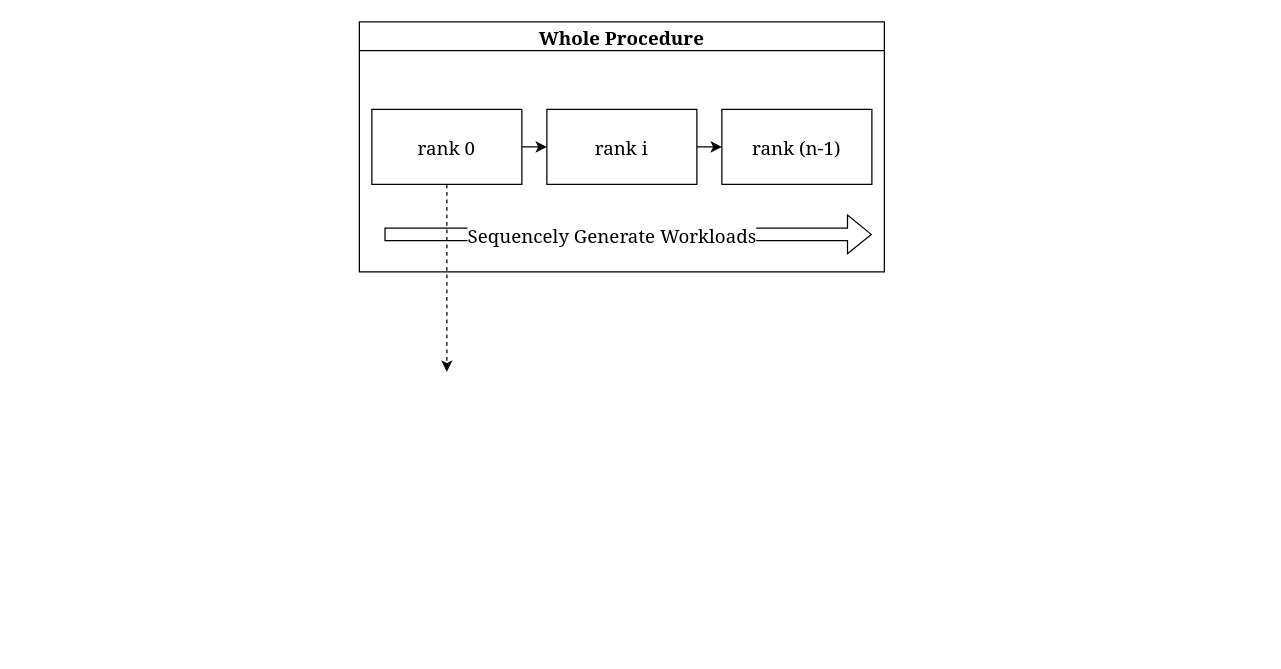
This is algo-procedure.drawio from Kingsley-Yoimiya/draw-io-pic, a draw.io file, before an edit. Source tidied: cells renumbered, new cells numbered last; positions are measured from the earlier drawing's top-left corner, leaving out a move shared by most shapes. Both pictures are drawn from the tidied source at 125%, with x=0, y=0 at pixel (359, 21).
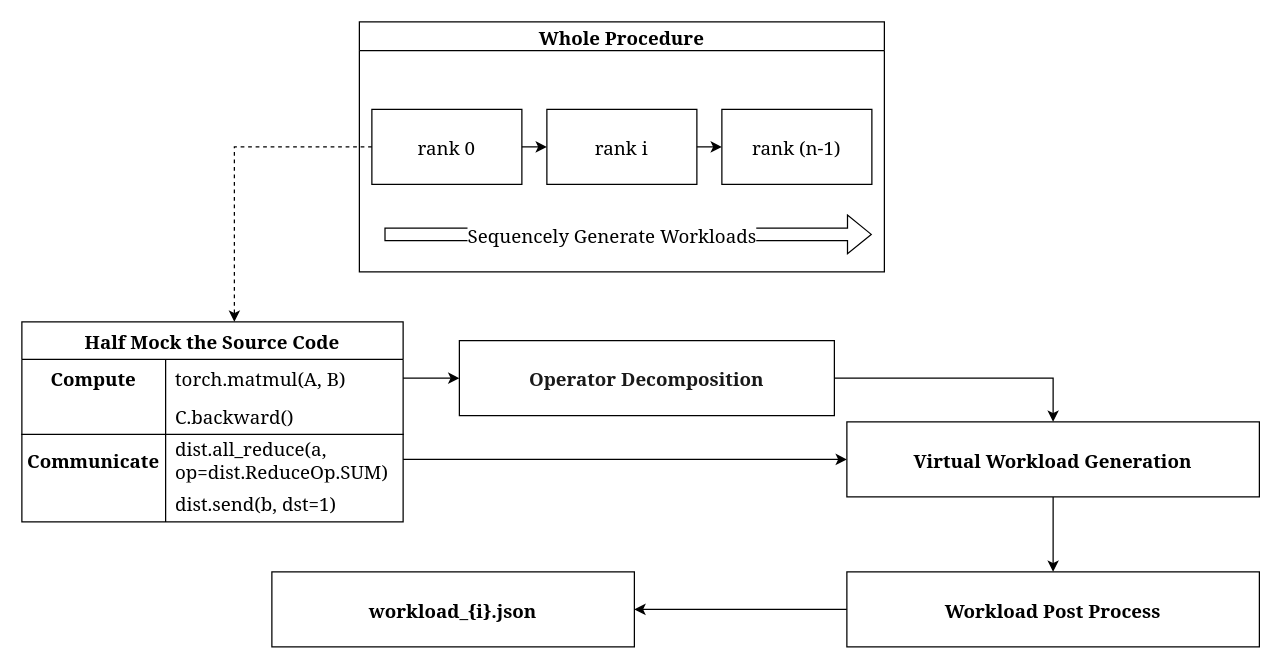
Above is the later version.

The change refers to these unchanged cells:
```xml
<mxCell id="2" value="Whole Procedure" style="swimlane;whiteSpace=wrap;html=1;fontFamily=Georgia;fontSize=15;" parent="1" vertex="1">
  <mxGeometry width="420" height="200" as="geometry" />
</mxCell>
<mxCell id="4" value="rank 0" style="rounded=0;whiteSpace=wrap;html=1;fontFamily=Georgia;fontSize=15;" parent="2" vertex="1">
  <mxGeometry x="10" y="70" width="120" height="60" as="geometry" />
</mxCell>
```

What changed in the source:
```diff
@@
-    <mxCell id="3" style="edgeStyle=orthogonalEdgeStyle;rounded=0;jettySize=auto;html=1;dashed=1;" parent="2" edge="1" source="4">
-      <mxGeometry relative="1" as="geometry">
-        <mxPoint x="70" y="280" as="targetPoint" />
-      </mxGeometry>
-    </mxCell>
@@
+    <mxCell id="3" style="edgeStyle=orthogonalEdgeStyle;rounded=0;jettySize=auto;html=1;dashed=1;fontSize=15;" parent="1" edge="1" source="4" target="11">
+      <mxGeometry relative="1" as="geometry">
+        <Array as="points">
+          <mxPoint x="-100" y="100" />
+        </Array>
+      </mxGeometry>
+    </mxCell>
+    <mxCell id="11" value="Half Mock the Source Code" style="shape=table;startSize=30;childLayout=tableLayout;rowLines=0;fontStyle=1;align=center;whiteSpace=wrap;fontFamily=Georgia;html=1;fontSize=15;" parent="1" vertex="1">
+      <mxGeometry x="-270" y="240" width="305" height="160" as="geometry" />
+    </mxCell>
+    <mxCell id="12" style="shape=tableRow;horizontal=0;startSize=0;swimlaneHead=0;swimlaneBody=0;fillColor=none;points=[[0,0.5],[1,0.5]];portConstraint=eastwest;top=0;left=0;right=0;bottom=0;fontFamily=Georgia;html=1;fontStyle=1;fontSize=15;" parent="11" vertex="1">
+      <mxGeometry y="30" width="305" height="30" as="geometry" />
+    </mxCell>
+    <mxCell id="13" value="Compute" style="shape=partialRectangle;fillColor=none;top=0;left=0;bottom=0;right=0;fontStyle=1;overflow=hidden;whiteSpace=wrap;fontFamily=Georgia;html=1;fontSize=15;" parent="12" vertex="1">
+      <mxGeometry width="115" height="30" as="geometry" />
+    </mxCell>
+    <mxCell id="14" value="torch.matmul(A, B)" style="shape=partialRectangle;fillColor=none;top=0;left=0;bottom=0;right=0;align=left;spacingLeft=6;fontStyle=0;overflow=hidden;whiteSpace=wrap;fontFamily=Georgia;html=1;fontSize=15;" parent="12" vertex="1">
+      <mxGeometry x="115" width="190" height="30" as="geometry" />
+    </mxCell>
+    <mxCell id="15" style="shape=tableRow;horizontal=0;startSize=0;swimlaneHead=0;swimlaneBody=0;fillColor=none;top=0;left=0;right=0;bottom=1;fontFamily=Georgia;html=1;fontStyle=1;fontSize=15;" parent="11" vertex="1">
+      <mxGeometry y="60" width="305" height="30" as="geometry" />
+    </mxCell>
+    <mxCell id="16" style="shape=partialRectangle;fillColor=none;top=0;left=0;bottom=0;right=0;fontStyle=1;overflow=hidden;whiteSpace=wrap;fontFamily=Georgia;html=1;fontSize=15;" parent="15" vertex="1">
+      <mxGeometry width="115" height="30" as="geometry" />
+    </mxCell>
+    <mxCell id="17" value="C.backward()" style="shape=partialRectangle;fillColor=none;top=0;left=0;bottom=0;right=0;align=left;spacingLeft=6;fontStyle=0;overflow=hidden;whiteSpace=wrap;fontFamily=Georgia;html=1;fontSize=15;" parent="15" vertex="1">
+      <mxGeometry x="115" width="190" height="30" as="geometry" />
+    </mxCell>
+    <mxCell id="18" style="shape=tableRow;horizontal=0;startSize=0;swimlaneHead=0;swimlaneBody=0;fillColor=none;points=[[0,0.5],[1,0.5]];portConstraint=eastwest;top=0;left=0;right=0;bottom=0;fontFamily=Georgia;html=1;fontStyle=1;fontSize=15;" parent="11" vertex="1">
+      <mxGeometry y="90" width="305" height="40" as="geometry" />
+    </mxCell>
+    <mxCell id="19" value="Communicate" style="shape=partialRectangle;fillColor=none;top=0;left=0;bottom=0;right=0;overflow=hidden;whiteSpace=wrap;fontFamily=Georgia;html=1;fontStyle=1;fontSize=15;" parent="18" vertex="1">
+      <mxGeometry width="115" height="40" as="geometry" />
+    </mxCell>
+    <mxCell id="20" value="dist.all_reduce(a, op=dist.ReduceOp.SUM)" style="shape=partialRectangle;fillColor=none;top=0;left=0;bottom=0;right=0;align=left;spacingLeft=6;overflow=hidden;whiteSpace=wrap;fontFamily=Georgia;html=1;fontStyle=0;fontSize=15;" parent="18" vertex="1">
+      <mxGeometry x="115" width="190" height="40" as="geometry" />
+    </mxCell>
+    <mxCell id="21" style="shape=tableRow;horizontal=0;startSize=0;swimlaneHead=0;swimlaneBody=0;fillColor=none;top=0;left=0;right=0;bottom=0;fontFamily=Georgia;html=1;fontStyle=1;fontSize=15;" parent="11" vertex="1">
+      <mxGeometry y="130" width="305" height="30" as="geometry" />
+    </mxCell>
+    <mxCell id="22" style="shape=partialRectangle;fillColor=none;top=0;left=0;bottom=0;right=0;overflow=hidden;whiteSpace=wrap;fontFamily=Georgia;html=1;fontStyle=1;fontSize=15;" parent="21" vertex="1">
+      <mxGeometry width="115" height="30" as="geometry" />
+    </mxCell>
+    <mxCell id="23" value="dist.send(b, dst=1)" style="shape=partialRectangle;fillColor=none;top=0;left=0;bottom=0;right=0;align=left;spacingLeft=6;overflow=hidden;whiteSpace=wrap;fontFamily=Georgia;html=1;fontStyle=0;fontSize=15;" parent="21" vertex="1">
+      <mxGeometry x="115" width="190" height="30" as="geometry" />
+    </mxCell>
+    <mxCell id="24" style="edgeStyle=orthogonalEdgeStyle;rounded=0;jettySize=auto;html=1;fontSize=15;" parent="1" edge="1" source="12" target="27">
+      <mxGeometry relative="1" as="geometry" />
+    </mxCell>
+    <mxCell id="25" style="edgeStyle=orthogonalEdgeStyle;rounded=0;jettySize=auto;html=1;exitX=1;exitY=0.5;exitDx=0;exitDy=0;fontSize=15;" parent="1" edge="1" source="18" target="29">
+      <mxGeometry relative="1" as="geometry" />
+    </mxCell>
+    <mxCell id="26" style="edgeStyle=orthogonalEdgeStyle;rounded=0;jettySize=auto;html=1;entryX=0.5;entryY=0;entryDx=0;entryDy=0;fontSize=15;" parent="1" edge="1" source="27" target="29">
+      <mxGeometry relative="1" as="geometry" />
+    </mxCell>
+    <mxCell id="27" value="&lt;span style=&quot;margin: 0px; padding: 0px; border: 0px; font-stretch: inherit; line-height: inherit; font-size-adjust: inherit; font-kerning: inherit; font-variant-alternates: inherit; font-variant-ligatures: inherit; font-variant-numeric: inherit; font-variant-east-asian: inherit; font-variant-position: inherit; font-variant-emoji: inherit; font-feature-settings: inherit; font-optical-sizing: inherit; font-variation-settings: inherit; vertical-align: baseline; caret-color: rgba(0, 0, 0, 0.9); color: rgba(0, 0, 0, 0.9); text-align: start;&quot;&gt;Operator D&lt;/span&gt;&lt;span style=&quot;margin: 0px; padding: 0px; border: 0px; font-stretch: inherit; line-height: inherit; font-size-adjust: inherit; font-kerning: inherit; font-variant-alternates: inherit; font-variant-ligatures: inherit; font-variant-numeric: inherit; font-variant-east-asian: inherit; font-variant-position: inherit; font-variant-emoji: inherit; font-feature-settings: inherit; font-optical-sizing: inherit; font-variation-settings: inherit; vertical-align: baseline; caret-color: rgba(0, 0, 0, 0.9); color: rgba(0, 0, 0, 0.9); text-align: start;&quot;&gt;ecomposition&lt;/span&gt;" style="rounded=0;whiteSpace=wrap;html=1;fontFamily=Georgia;fontSize=15;fontStyle=1;" parent="1" vertex="1">
+      <mxGeometry x="80" y="255" width="300" height="60" as="geometry" />
+    </mxCell>
+    <mxCell id="28" style="edgeStyle=orthogonalEdgeStyle;rounded=0;jettySize=auto;html=1;" parent="1" edge="1" source="29" target="31">
+      <mxGeometry relative="1" as="geometry" />
+    </mxCell>
+    <mxCell id="29" value="Virtual Workload Generation" style="rounded=0;whiteSpace=wrap;html=1;fontFamily=Georgia;fontSize=15;fontStyle=1;" parent="1" vertex="1">
+      <mxGeometry x="390" y="320" width="330" height="60" as="geometry" />
+    </mxCell>
+    <mxCell id="30" style="edgeStyle=orthogonalEdgeStyle;rounded=0;jettySize=auto;html=1;" parent="1" edge="1" source="31" target="32">
+      <mxGeometry relative="1" as="geometry" />
+    </mxCell>
+    <mxCell id="31" value="Workload Post Process" style="rounded=0;whiteSpace=wrap;html=1;fontFamily=Georgia;fontSize=15;fontStyle=1;" parent="1" vertex="1">
+      <mxGeometry x="390" y="440" width="330" height="60" as="geometry" />
+    </mxCell>
+    <mxCell id="32" value="workload_{i}.json" style="rounded=0;whiteSpace=wrap;html=1;fontFamily=Georgia;fontSize=15;fontStyle=1;" parent="1" vertex="1">
+      <mxGeometry x="-70" y="440" width="290" height="60" as="geometry" />
+    </mxCell>
```
